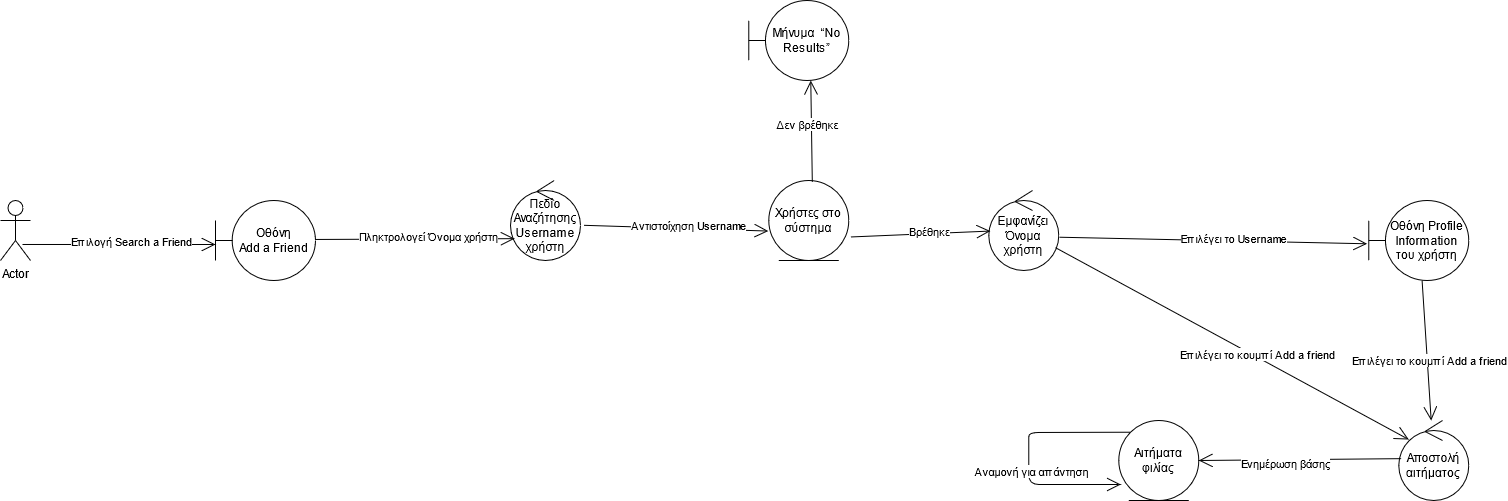
Before: Search_a_friend.png, a diagram exported from draw.io (aflorentia/uniNode). Source tidied: cells renumbered, new cells last; positions are measured from the earlier drawing's top-left corner, leaving out a move shared by most shapes.
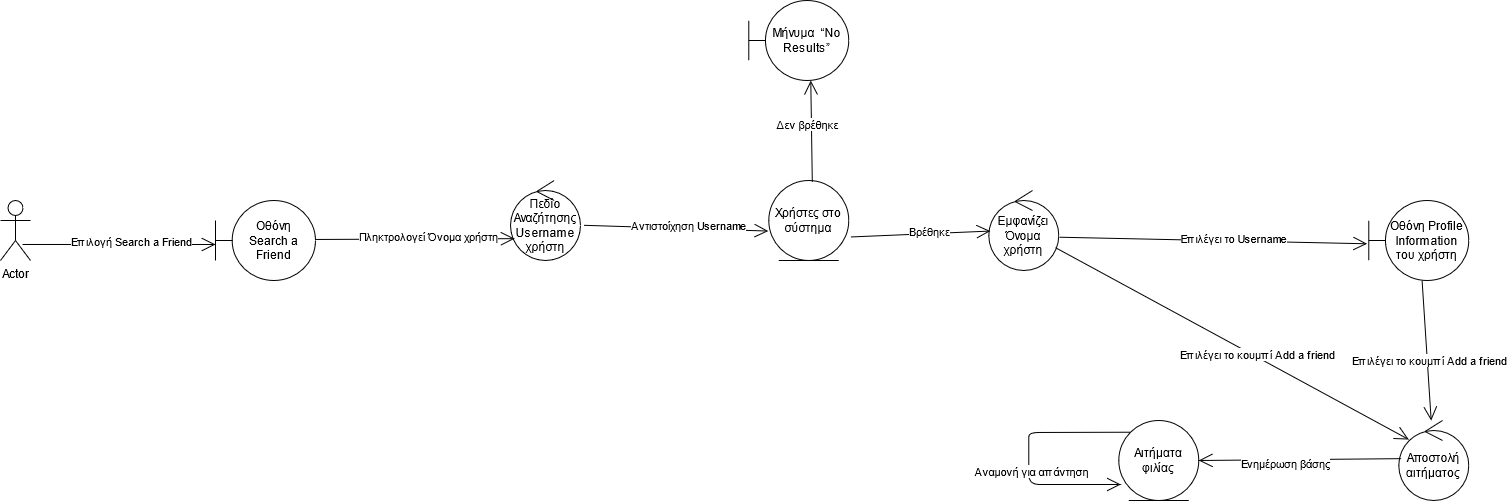
The same diagram one commit later.

Diff of the diagram source:
```diff
@@ -13,7 +13,7 @@
         <mxPoint x="-1" as="offset" />
       </mxGeometry>
     </mxCell>
-    <mxCell id="5" value="&lt;div&gt;Οθόνη &lt;br&gt;&lt;/div&gt;&lt;div&gt;Add a Friend&lt;/div&gt;" style="shape=umlBoundary;whiteSpace=wrap;html=1;" parent="1" vertex="1">
+    <mxCell id="5" value="&lt;div&gt;Οθόνη &lt;br&gt;&lt;/div&gt;&lt;div&gt;Search a Friend&lt;/div&gt;" style="shape=umlBoundary;whiteSpace=wrap;html=1;" parent="1" vertex="1">
       <mxGeometry x="215" y="200" width="100" height="80" as="geometry" />
     </mxCell>
     <mxCell id="6" value="Πεδίο Αναζήτησης Username χρήστη" style="ellipse;shape=umlControl;whiteSpace=wrap;html=1;" parent="1" vertex="1">
```
